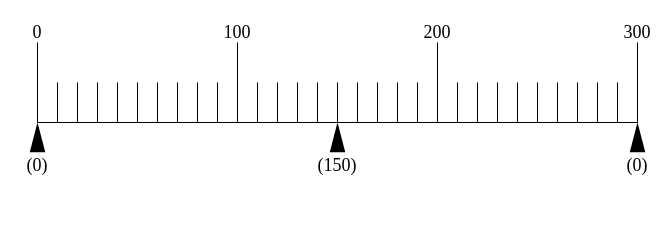
SuperTikuwa/thesis-images keeps this draw.io diagram as 2/connection.drawio. Above is the earlier version. Source tidied: cells renumbered, new cells numbered last; positions are measured from the earlier drawing's top-left corner, leaving out a move shared by most shapes. Both pictures are drawn from the tidied source at 100%, with x=0, y=0 at pixel (22, 17).
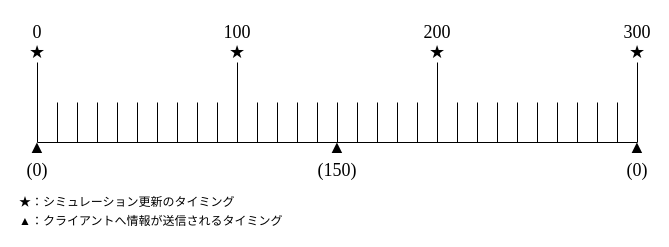
After the change.

Commit message:
connection.drawio を更新します

Change to the diagram source:
```diff
@@
     <mxCell id="2" style="endArrow=none;html=1;rounded=0;" parent="1" edge="1">
       <mxGeometry relative="1" as="geometry">
-        <mxPoint x="15" y="105" as="sourcePoint" />
-        <mxPoint x="615" y="105" as="targetPoint" />
+        <mxPoint x="15" y="125" as="sourcePoint" />
+        <mxPoint x="615" y="125" as="targetPoint" />
       </mxGeometry>
     </mxCell>
     <mxCell id="3" style="endArrow=none;html=1;rounded=0;" parent="1" edge="1">
       <mxGeometry relative="1" as="geometry">
-        <mxPoint x="15" y="105" as="sourcePoint" />
-        <mxPoint x="15" y="25" as="targetPoint" />
+        <mxPoint x="15" y="125" as="sourcePoint" />
+        <mxPoint x="15" y="45" as="targetPoint" />
       </mxGeometry>
     </mxCell>
     <mxCell id="4" style="endArrow=none;html=1;rounded=0;" parent="1" edge="1">
       <mxGeometry relative="1" as="geometry">
-        <mxPoint x="35" y="105" as="sourcePoint" />
-        <mxPoint x="35" y="65" as="targetPoint" />
+        <mxPoint x="35" y="125" as="sourcePoint" />
+        <mxPoint x="35" y="85" as="targetPoint" />
       </mxGeometry>
     </mxCell>
     <mxCell id="5" style="endArrow=none;html=1;rounded=0;" parent="1" edge="1">
       <mxGeometry relative="1" as="geometry">
-        <mxPoint x="75" y="105" as="sourcePoint" />
-        <mxPoint x="75" y="65" as="targetPoint" />
+        <mxPoint x="75" y="125" as="sourcePoint" />
+        <mxPoint x="75" y="85" as="targetPoint" />
       </mxGeometry>
     </mxCell>
     <mxCell id="6" style="endArrow=none;html=1;rounded=0;" parent="1" edge="1">
       <mxGeometry relative="1" as="geometry">
-        <mxPoint x="55" y="105" as="sourcePoint" />
-        <mxPoint x="55" y="65" as="targetPoint" />
+        <mxPoint x="55" y="125" as="sourcePoint" />
+        <mxPoint x="55" y="85" as="targetPoint" />
       </mxGeometry>
     </mxCell>
     <mxCell id="7" style="endArrow=none;html=1;rounded=0;" parent="1" edge="1">
       <mxGeometry relative="1" as="geometry">
-        <mxPoint x="95" y="105" as="sourcePoint" />
-        <mxPoint x="95" y="65" as="targetPoint" />
+        <mxPoint x="95" y="125" as="sourcePoint" />
+        <mxPoint x="95" y="85" as="targetPoint" />
       </mxGeometry>
     </mxCell>
     <mxCell id="8" style="endArrow=none;html=1;rounded=0;" parent="1" edge="1">
       <mxGeometry relative="1" as="geometry">
-        <mxPoint x="115" y="105" as="sourcePoint" />
-        <mxPoint x="115" y="65" as="targetPoint" />
+        <mxPoint x="115" y="125" as="sourcePoint" />
+        <mxPoint x="115" y="85" as="targetPoint" />
       </mxGeometry>
     </mxCell>
     <mxCell id="9" style="endArrow=none;html=1;rounded=0;" parent="1" edge="1">
       <mxGeometry relative="1" as="geometry">
-        <mxPoint x="135" y="105" as="sourcePoint" />
-        <mxPoint x="135" y="65" as="targetPoint" />
+        <mxPoint x="135" y="125" as="sourcePoint" />
+        <mxPoint x="135" y="85" as="targetPoint" />
       </mxGeometry>
     </mxCell>
     <mxCell id="10" style="endArrow=none;html=1;rounded=0;" parent="1" edge="1">
       <mxGeometry relative="1" as="geometry">
-        <mxPoint x="155" y="105" as="sourcePoint" />
-        <mxPoint x="155" y="65" as="targetPoint" />
+        <mxPoint x="155" y="125" as="sourcePoint" />
+        <mxPoint x="155" y="85" as="targetPoint" />
       </mxGeometry>
     </mxCell>
     <mxCell id="11" style="endArrow=none;html=1;rounded=0;" parent="1" edge="1">
       <mxGeometry relative="1" as="geometry">
-        <mxPoint x="195" y="105" as="sourcePoint" />
-        <mxPoint x="195" y="65" as="targetPoint" />
+        <mxPoint x="195" y="125" as="sourcePoint" />
+        <mxPoint x="195" y="85" as="targetPoint" />
       </mxGeometry>
     </mxCell>
     <mxCell id="12" style="endArrow=none;html=1;rounded=0;" parent="1" edge="1">
       <mxGeometry relative="1" as="geometry">
-        <mxPoint x="175" y="105" as="sourcePoint" />
-        <mxPoint x="175" y="65" as="targetPoint" />
+        <mxPoint x="175" y="125" as="sourcePoint" />
+        <mxPoint x="175" y="85" as="targetPoint" />
       </mxGeometry>
     </mxCell>
     <mxCell id="13" style="endArrow=none;html=1;rounded=0;" parent="1" edge="1">
       <mxGeometry relative="1" as="geometry">
-        <mxPoint x="215" y="105" as="sourcePoint" />
-        <mxPoint x="215" y="25" as="targetPoint" />
+        <mxPoint x="215" y="125" as="sourcePoint" />
+        <mxPoint x="215" y="45" as="targetPoint" />
       </mxGeometry>
     </mxCell>
     <mxCell id="14" style="endArrow=none;html=1;rounded=0;" parent="1" edge="1">
       <mxGeometry relative="1" as="geometry">
-        <mxPoint x="235" y="105" as="sourcePoint" />
-        <mxPoint x="235" y="65" as="targetPoint" />
+        <mxPoint x="235" y="125" as="sourcePoint" />
+        <mxPoint x="235" y="85" as="targetPoint" />
       </mxGeometry>
     </mxCell>
     <mxCell id="15" style="endArrow=none;html=1;rounded=0;" parent="1" edge="1">
       <mxGeometry relative="1" as="geometry">
-        <mxPoint x="275" y="105" as="sourcePoint" />
-        <mxPoint x="275" y="65" as="targetPoint" />
+        <mxPoint x="275" y="125" as="sourcePoint" />
+        <mxPoint x="275" y="85" as="targetPoint" />
       </mxGeometry>
     </mxCell>
     <mxCell id="16" style="endArrow=none;html=1;rounded=0;" parent="1" edge="1">
       <mxGeometry relative="1" as="geometry">
-        <mxPoint x="255" y="105" as="sourcePoint" />
-        <mxPoint x="255" y="65" as="targetPoint" />
+        <mxPoint x="255" y="125" as="sourcePoint" />
+        <mxPoint x="255" y="85" as="targetPoint" />
       </mxGeometry>
     </mxCell>
     <mxCell id="17" style="endArrow=none;html=1;rounded=0;" parent="1" edge="1">
       <mxGeometry relative="1" as="geometry">
-        <mxPoint x="295" y="105" as="sourcePoint" />
-        <mxPoint x="295" y="65" as="targetPoint" />
+        <mxPoint x="295" y="125" as="sourcePoint" />
+        <mxPoint x="295" y="85" as="targetPoint" />
       </mxGeometry>
     </mxCell>
     <mxCell id="18" style="endArrow=none;html=1;rounded=0;" parent="1" edge="1">
       <mxGeometry relative="1" as="geometry">
-        <mxPoint x="315" y="105" as="sourcePoint" />
-        <mxPoint x="315" y="65" as="targetPoint" />
+        <mxPoint x="315" y="125" as="sourcePoint" />
+        <mxPoint x="315" y="85" as="targetPoint" />
       </mxGeometry>
     </mxCell>
     <mxCell id="19" style="endArrow=none;html=1;rounded=0;" parent="1" edge="1">
       <mxGeometry relative="1" as="geometry">
-        <mxPoint x="335" y="105" as="sourcePoint" />
-        <mxPoint x="335" y="65" as="targetPoint" />
+        <mxPoint x="335" y="125" as="sourcePoint" />
+        <mxPoint x="335" y="85" as="targetPoint" />
       </mxGeometry>
     </mxCell>
     <mxCell id="20" style="endArrow=none;html=1;rounded=0;" parent="1" edge="1">
       <mxGeometry relative="1" as="geometry">
-        <mxPoint x="355" y="105" as="sourcePoint" />
-        <mxPoint x="355" y="65" as="targetPoint" />
+        <mxPoint x="355" y="125" as="sourcePoint" />
+        <mxPoint x="355" y="85" as="targetPoint" />
       </mxGeometry>
     </mxCell>
     <mxCell id="21" style="endArrow=none;html=1;rounded=0;" parent="1" edge="1">
       <mxGeometry relative="1" as="geometry">
-        <mxPoint x="395" y="105" as="sourcePoint" />
-        <mxPoint x="395" y="65" as="targetPoint" />
+        <mxPoint x="395" y="125" as="sourcePoint" />
+        <mxPoint x="395" y="85" as="targetPoint" />
       </mxGeometry>
     </mxCell>
     <mxCell id="22" style="endArrow=none;html=1;rounded=0;" parent="1" edge="1">
       <mxGeometry relative="1" as="geometry">
-        <mxPoint x="375" y="105" as="sourcePoint" />
-        <mxPoint x="375" y="65" as="targetPoint" />
+        <mxPoint x="375" y="125" as="sourcePoint" />
+        <mxPoint x="375" y="85" as="targetPoint" />
       </mxGeometry>
     </mxCell>
     <mxCell id="23" style="endArrow=none;html=1;rounded=0;" parent="1" edge="1">
       <mxGeometry relative="1" as="geometry">
-        <mxPoint x="415" y="105" as="sourcePoint" />
-        <mxPoint x="415" y="25" as="targetPoint" />
+        <mxPoint x="415" y="125" as="sourcePoint" />
+        <mxPoint x="415" y="45" as="targetPoint" />
       </mxGeometry>
     </mxCell>
     <mxCell id="24" style="endArrow=none;html=1;rounded=0;" parent="1" edge="1">
       <mxGeometry relative="1" as="geometry">
-        <mxPoint x="435" y="105" as="sourcePoint" />
-        <mxPoint x="435" y="65" as="targetPoint" />
+        <mxPoint x="435" y="125" as="sourcePoint" />
+        <mxPoint x="435" y="85" as="targetPoint" />
       </mxGeometry>
     </mxCell>
     <mxCell id="25" style="endArrow=none;html=1;rounded=0;" parent="1" edge="1">
       <mxGeometry relative="1" as="geometry">
-        <mxPoint x="475" y="105" as="sourcePoint" />
-        <mxPoint x="475" y="65" as="targetPoint" />
+        <mxPoint x="475" y="125" as="sourcePoint" />
+        <mxPoint x="475" y="85" as="targetPoint" />
       </mxGeometry>
     </mxCell>
     <mxCell id="26" style="endArrow=none;html=1;rounded=0;" parent="1" edge="1">
       <mxGeometry relative="1" as="geometry">
-        <mxPoint x="455" y="105" as="sourcePoint" />
-        <mxPoint x="455" y="65" as="targetPoint" />
+        <mxPoint x="455" y="125" as="sourcePoint" />
+        <mxPoint x="455" y="85" as="targetPoint" />
       </mxGeometry>
     </mxCell>
     <mxCell id="27" style="endArrow=none;html=1;rounded=0;" parent="1" edge="1">
       <mxGeometry relative="1" as="geometry">
-        <mxPoint x="495" y="105" as="sourcePoint" />
-        <mxPoint x="495" y="65" as="targetPoint" />
+        <mxPoint x="495" y="125" as="sourcePoint" />
+        <mxPoint x="495" y="85" as="targetPoint" />
       </mxGeometry>
     </mxCell>
     <mxCell id="28" style="endArrow=none;html=1;rounded=0;" parent="1" edge="1">
       <mxGeometry relative="1" as="geometry">
-        <mxPoint x="515" y="105" as="sourcePoint" />
-        <mxPoint x="515" y="65" as="targetPoint" />
+        <mxPoint x="515" y="125" as="sourcePoint" />
+        <mxPoint x="515" y="85" as="targetPoint" />
       </mxGeometry>
     </mxCell>
     <mxCell id="29" style="endArrow=none;html=1;rounded=0;" parent="1" edge="1">
       <mxGeometry relative="1" as="geometry">
-        <mxPoint x="535" y="105" as="sourcePoint" />
-        <mxPoint x="535" y="65" as="targetPoint" />
+        <mxPoint x="535" y="125" as="sourcePoint" />
+        <mxPoint x="535" y="85" as="targetPoint" />
       </mxGeometry>
     </mxCell>
     <mxCell id="30" style="endArrow=none;html=1;rounded=0;" parent="1" edge="1">
       <mxGeometry relative="1" as="geometry">
-        <mxPoint x="555" y="105" as="sourcePoint" />
-        <mxPoint x="555" y="65" as="targetPoint" />
+        <mxPoint x="555" y="125" as="sourcePoint" />
+        <mxPoint x="555" y="85" as="targetPoint" />
       </mxGeometry>
     </mxCell>
     <mxCell id="31" style="endArrow=none;html=1;rounded=0;" parent="1" edge="1">
       <mxGeometry relative="1" as="geometry">
-        <mxPoint x="595" y="105" as="sourcePoint" />
-        <mxPoint x="595" y="65" as="targetPoint" />
+        <mxPoint x="595" y="125" as="sourcePoint" />
+        <mxPoint x="595" y="85" as="targetPoint" />
       </mxGeometry>
     </mxCell>
     <mxCell id="32" style="endArrow=none;html=1;rounded=0;" parent="1" edge="1">
       <mxGeometry relative="1" as="geometry">
-        <mxPoint x="575" y="105" as="sourcePoint" />
-        <mxPoint x="575" y="65" as="targetPoint" />
+        <mxPoint x="575" y="125" as="sourcePoint" />
+        <mxPoint x="575" y="85" as="targetPoint" />
       </mxGeometry>
     </mxCell>
     <mxCell id="33" style="endArrow=none;html=1;rounded=0;" parent="1" edge="1">
       <mxGeometry relative="1" as="geometry">
-        <mxPoint x="615" y="105" as="sourcePoint" />
-        <mxPoint x="615" y="25" as="targetPoint" />
+        <mxPoint x="615" y="125" as="sourcePoint" />
+        <mxPoint x="615" y="45" as="targetPoint" />
       </mxGeometry>
     </mxCell>
-    <mxCell id="34" style="triangle;whiteSpace=wrap;html=1;rotation=-90;fillColor=#000000;strokeColor=none;" parent="1" vertex="1">
-      <mxGeometry y="112" width="30" height="15.5" as="geometry" />
-    </mxCell>
-    <mxCell id="35" style="triangle;whiteSpace=wrap;html=1;rotation=-90;fillColor=#000000;strokeColor=none;" parent="1" vertex="1">
-      <mxGeometry x="300" y="112" width="30" height="15.5" as="geometry" />
-    </mxCell>
-    <mxCell id="36" style="triangle;whiteSpace=wrap;html=1;rotation=-90;fillColor=#000000;strokeColor=none;" parent="1" vertex="1">
-      <mxGeometry x="600" y="112" width="30" height="15.5" as="geometry" />
-    </mxCell>
@@
     <mxCell id="41" value="&lt;font face=&quot;Times New Roman&quot; style=&quot;font-size: 18px;&quot;&gt;(0)&lt;/font&gt;" style="text;html=1;strokeColor=none;fillColor=none;align=center;verticalAlign=middle;whiteSpace=wrap;rounded=0;fontSize=18;" parent="1" vertex="1">
-      <mxGeometry y="132.5" width="30" height="30" as="geometry" />
+      <mxGeometry y="137.5" width="30" height="30" as="geometry" />
     </mxCell>
     <mxCell id="42" value="&lt;font face=&quot;Times New Roman&quot; style=&quot;font-size: 18px;&quot;&gt;(150)&lt;/font&gt;" style="text;html=1;strokeColor=none;fillColor=none;align=center;verticalAlign=middle;whiteSpace=wrap;rounded=0;fontSize=18;" parent="1" vertex="1">
-      <mxGeometry x="300" y="132.5" width="30" height="30" as="geometry" />
+      <mxGeometry x="300" y="137.5" width="30" height="30" as="geometry" />
     </mxCell>
     <mxCell id="43" value="&lt;font face=&quot;Times New Roman&quot; style=&quot;font-size: 18px;&quot;&gt;(0)&lt;/font&gt;" style="text;html=1;strokeColor=none;fillColor=none;align=center;verticalAlign=middle;whiteSpace=wrap;rounded=0;fontSize=18;" parent="1" vertex="1">
-      <mxGeometry x="600" y="132.5" width="30" height="30" as="geometry" />
+      <mxGeometry x="600" y="137.5" width="30" height="30" as="geometry" />
     </mxCell>
+    <mxCell id="44" value="&lt;font face=&quot;Times New Roman&quot;&gt;★&lt;/font&gt;" style="text;html=1;strokeColor=none;fillColor=none;align=center;verticalAlign=middle;whiteSpace=wrap;rounded=0;fontSize=18;" parent="1" vertex="1">
+      <mxGeometry y="20" width="30" height="30" as="geometry" />
+    </mxCell>
+    <mxCell id="45" value="&lt;font face=&quot;Times New Roman&quot;&gt;★&lt;/font&gt;" style="text;html=1;strokeColor=none;fillColor=none;align=center;verticalAlign=middle;whiteSpace=wrap;rounded=0;fontSize=18;" parent="1" vertex="1">
+      <mxGeometry x="200" y="20" width="30" height="30" as="geometry" />
+    </mxCell>
+    <mxCell id="46" value="&lt;font face=&quot;Times New Roman&quot;&gt;★&lt;/font&gt;" style="text;html=1;strokeColor=none;fillColor=none;align=center;verticalAlign=middle;whiteSpace=wrap;rounded=0;fontSize=18;" parent="1" vertex="1">
+      <mxGeometry x="400" y="20" width="30" height="30" as="geometry" />
+    </mxCell>
+    <mxCell id="47" value="&lt;font face=&quot;Times New Roman&quot;&gt;★&lt;/font&gt;" style="text;html=1;strokeColor=none;fillColor=none;align=center;verticalAlign=middle;whiteSpace=wrap;rounded=0;fontSize=18;" parent="1" vertex="1">
+      <mxGeometry x="600" y="20" width="30" height="30" as="geometry" />
+    </mxCell>
+    <mxCell id="48" value="&lt;font face=&quot;Times New Roman&quot; style=&quot;font-size: 12px;&quot;&gt;★：シミュレーション更新のタイミング&lt;/font&gt;" style="text;html=1;strokeColor=none;fillColor=none;align=left;verticalAlign=middle;whiteSpace=wrap;rounded=0;fontSize=12;" parent="1" vertex="1">
+      <mxGeometry x="-5" y="175" width="240" height="20" as="geometry" />
+    </mxCell>
+    <mxCell id="49" value="&lt;font face=&quot;Times New Roman&quot;&gt;▲&lt;/font&gt;" style="text;html=1;strokeColor=none;fillColor=none;align=center;verticalAlign=middle;whiteSpace=wrap;rounded=0;fontSize=18;" parent="1" vertex="1">
+      <mxGeometry y="115" width="30" height="30" as="geometry" />
+    </mxCell>
+    <mxCell id="50" value="&lt;font face=&quot;Times New Roman&quot;&gt;▲&lt;/font&gt;" style="text;html=1;strokeColor=none;fillColor=none;align=center;verticalAlign=middle;whiteSpace=wrap;rounded=0;fontSize=18;" parent="1" vertex="1">
+      <mxGeometry x="300" y="115" width="30" height="30" as="geometry" />
+    </mxCell>
+    <mxCell id="51" value="&lt;font face=&quot;Times New Roman&quot;&gt;▲&lt;/font&gt;" style="text;html=1;strokeColor=none;fillColor=none;align=center;verticalAlign=middle;whiteSpace=wrap;rounded=0;fontSize=18;" parent="1" vertex="1">
+      <mxGeometry x="600" y="115" width="30" height="30" as="geometry" />
+    </mxCell>
+    <mxCell id="52" value="&lt;font face=&quot;Times New Roman&quot; style=&quot;font-size: 12px;&quot;&gt;▲：クライアントへ情報が送信されるタイミング&lt;/font&gt;" style="text;html=1;strokeColor=none;fillColor=none;align=left;verticalAlign=middle;whiteSpace=wrap;rounded=0;fontSize=12;" parent="1" vertex="1">
+      <mxGeometry x="-5" y="195" width="300" height="17.5" as="geometry" />
+    </mxCell>
```
